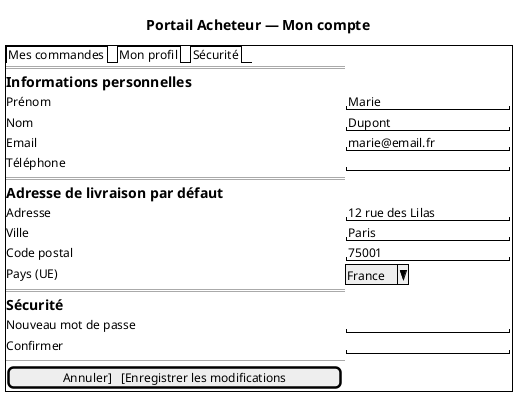
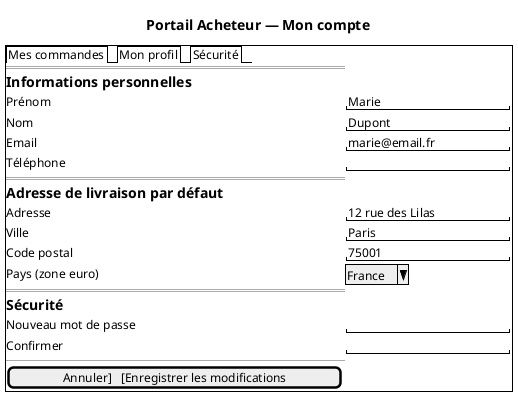
@startsalt
' Composant PA : front-acheteur (Portail Acheteur)
' Fonctions allouées : Service Compte — FS-B02
title Portail Acheteur — Mon compte

{+
  {/ Mes commandes | Mon profil | Sécurité }
  ==
  == Informations personnelles
  Prénom       | "Marie               "
  Nom          | "Dupont              "
  Email        | "marie@email.fr      "
  Téléphone    | "                    "
  ==
  == Adresse de livraison par défaut
  Adresse      | "12 rue des Lilas    "
  Ville        | "Paris               "
  Code postal  | "75001               "
-   Pays (UE)    | ^France^
+   Pays (zone euro)    | ^France^
  ==
  == Sécurité
  Nouveau mot de passe   | "                    "
  Confirmer              | "                    "
  --
  [Annuler]   [Enregistrer les modifications]
}
@endsalt
